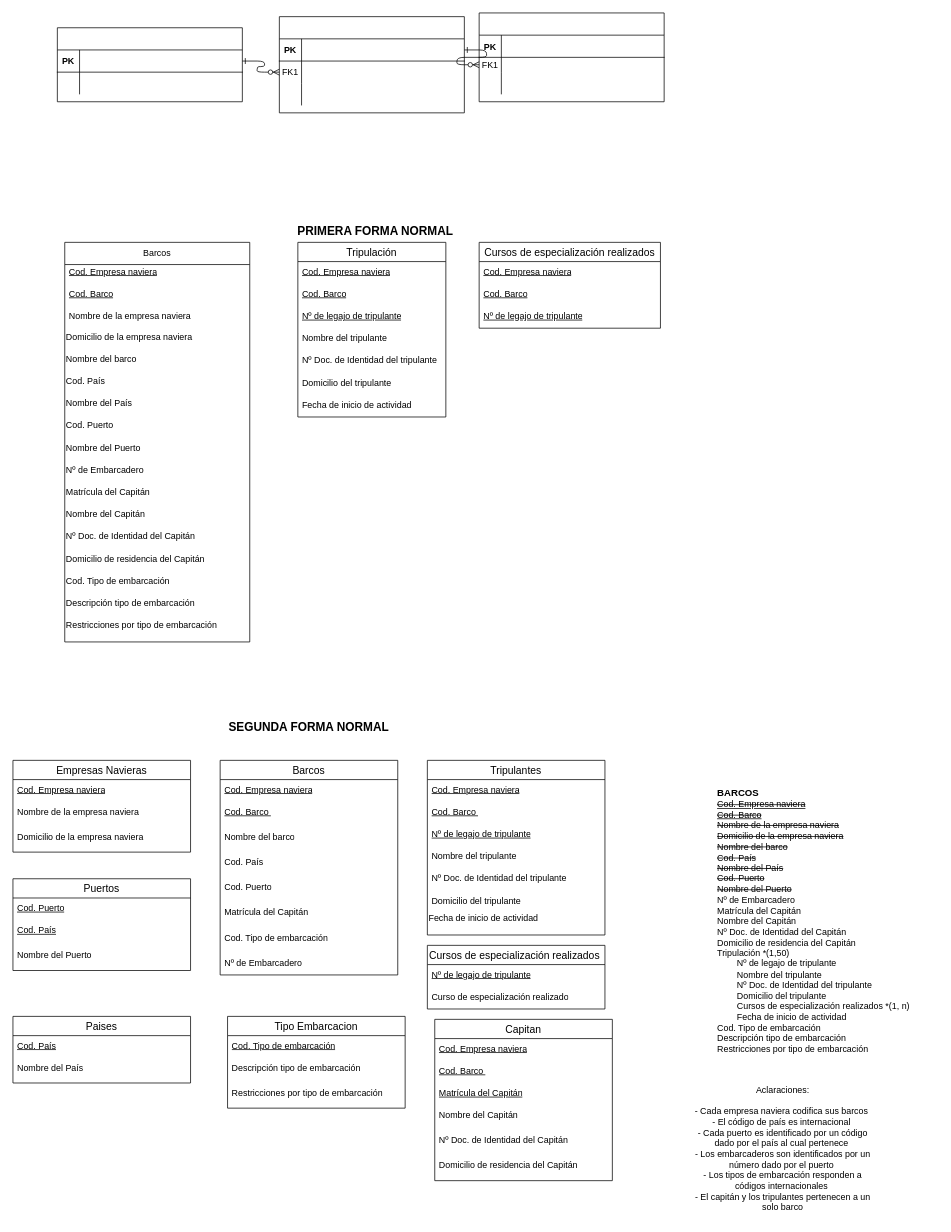
Above: Diagrama-de-Entidad-de-Relaciones.drawio in Jose-AA/TP-Barcos-Dise-o-y-Administracion-de-bd-Grupo-11 (draw.io), before the change. Source tidied: cells renumbered, new cells numbered last; positions are measured from the earlier drawing's top-left corner, leaving out a move shared by most shapes. Both pictures are drawn from the tidied source at 74%, with x=0, y=0 at pixel (13, 13).
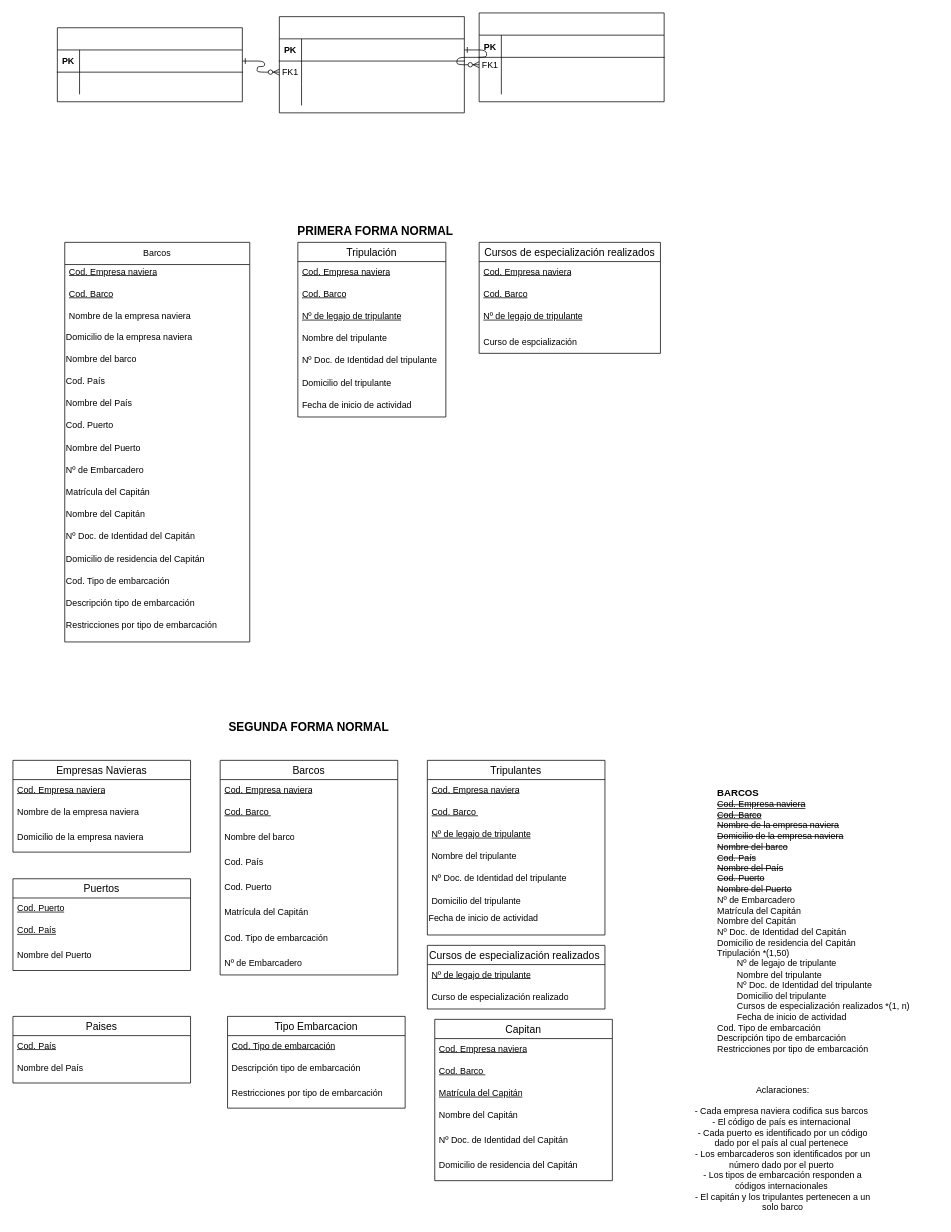
The same diagram, later.

Commit message:
Actualización de tabla Cursos de especialización en 1FN

The edit, as a diff of the source:
```diff
@@
     <mxCell id="103" value="Cursos de especialización realizados" style="swimlane;fontStyle=0;horizontal=1;startSize=26;align=center;fontSize=14;" parent="1" vertex="1">
-      <mxGeometry x="630" y="310" width="245" height="116" as="geometry" />
+      <mxGeometry x="630" y="310" width="245" height="150" as="geometry" />
     </mxCell>
@@
     <mxCell id="106" value="&lt;u&gt;Nº de legajo de tripulante&lt;/u&gt;" style="text;strokeColor=none;fillColor=none;spacingLeft=4;spacingRight=4;overflow=hidden;fontSize=12;whiteSpace=wrap;html=1;" parent="103" vertex="1">
-      <mxGeometry y="86" width="245" height="30" as="geometry" />
+      <mxGeometry y="86" width="245" height="34" as="geometry" />
     </mxCell>
+    <mxCell id="107" value="Curso de espcialización" style="text;strokeColor=none;fillColor=none;align=left;verticalAlign=middle;spacingLeft=4;spacingRight=4;overflow=hidden;whiteSpace=wrap;html=1;" parent="103" vertex="1">
+      <mxGeometry y="120" width="245" height="30" as="geometry" />
+    </mxCell>
```
